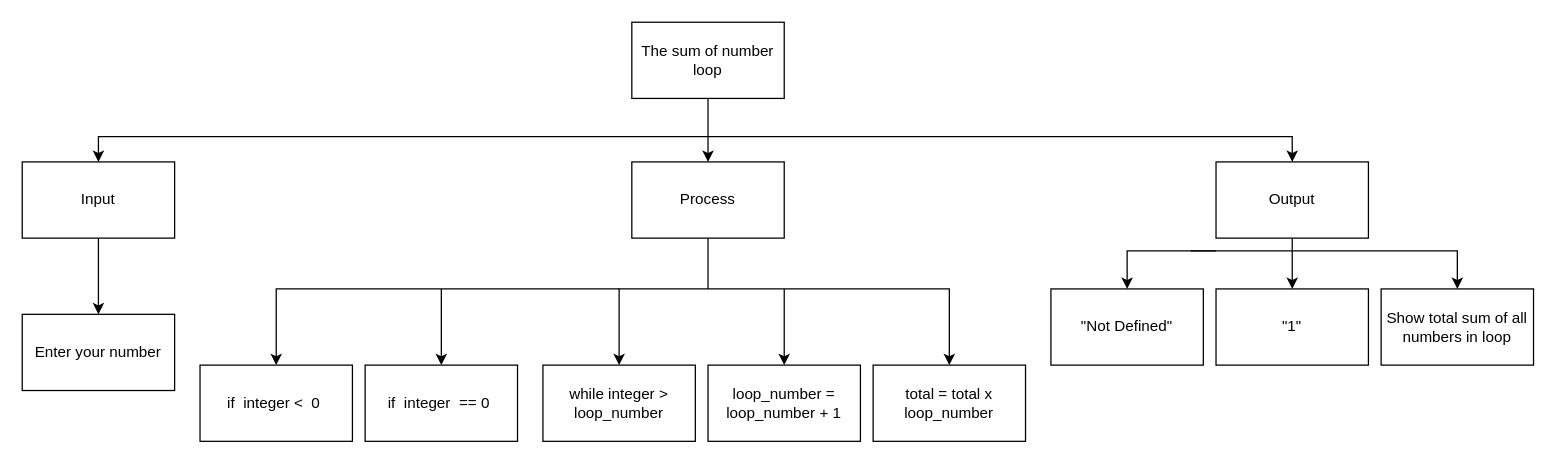
The draw.io diagram Drawio/TopDown.Drawio in JacksonNaufal/ICS3U-Unit4-03-Python, before the edit. Source tidied: cells renumbered, new cells numbered last; positions are measured from the earlier drawing's top-left corner, leaving out a move shared by most shapes. Both pictures are drawn from the tidied source at 127%, with x=0, y=0 at pixel (22, 22).
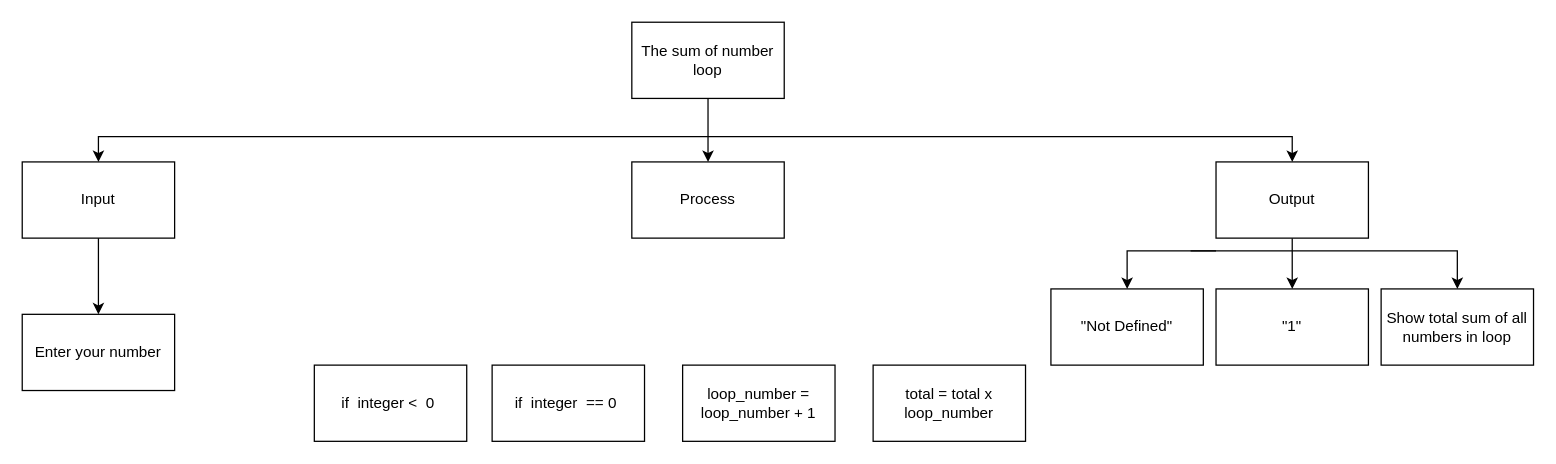
The same page after the edit.

The change refers to these unchanged cells:
```xml
<mxCell id="14" value="Process" style="rounded=0;whiteSpace=wrap;html=1;" parent="1" vertex="1">
  <mxGeometry x="480" y="110" width="120" height="60" as="geometry" />
</mxCell>
<mxCell id="22" value="total = total x loop_number" style="rounded=0;whiteSpace=wrap;html=1;" parent="1" vertex="1">
  <mxGeometry x="670" y="270" width="120" height="60" as="geometry" />
</mxCell>
```

The edit, as a diff of the source:
```diff
@@
-    <mxCell id="8" style="edgeStyle=none;rounded=0;html=1;entryX=0.5;entryY=0;entryDx=0;entryDy=0;" parent="1" edge="1" target="20">
-      <mxGeometry relative="1" as="geometry">
-        <mxPoint x="540" y="210" as="sourcePoint" />
-        <Array as="points">
-          <mxPoint x="470" y="210" />
-        </Array>
-      </mxGeometry>
-    </mxCell>
-    <mxCell id="9" style="edgeStyle=none;html=1;" parent="1" edge="1" target="23">
-      <mxGeometry relative="1" as="geometry">
-        <mxPoint x="600" y="210" as="sourcePoint" />
-      </mxGeometry>
-    </mxCell>
-    <mxCell id="10" style="edgeStyle=none;html=1;entryX=0.5;entryY=0;entryDx=0;entryDy=0;rounded=0;" parent="1" edge="1" target="22">
-      <mxGeometry relative="1" as="geometry">
-        <mxPoint x="540" y="210" as="sourcePoint" />
-        <Array as="points">
-          <mxPoint x="730" y="210" />
-        </Array>
-      </mxGeometry>
-    </mxCell>
-    <mxCell id="11" style="edgeStyle=none;rounded=0;html=1;entryX=0.5;entryY=0;entryDx=0;entryDy=0;endArrow=classic;endFill=1;" parent="1" edge="1" target="24">
-      <mxGeometry relative="1" as="geometry">
-        <mxPoint x="470" y="210" as="sourcePoint" />
-        <Array as="points">
-          <mxPoint x="200" y="210" />
-        </Array>
-      </mxGeometry>
-    </mxCell>
-    <mxCell id="12" style="edgeStyle=none;rounded=0;html=1;endArrow=none;endFill=0;" parent="1" edge="1" source="14">
-      <mxGeometry relative="1" as="geometry">
-        <mxPoint x="540" y="210" as="targetPoint" />
-      </mxGeometry>
-    </mxCell>
-    <mxCell id="13" style="edgeStyle=none;html=1;entryX=0.5;entryY=0;entryDx=0;entryDy=0;" parent="1" edge="1" target="26">
-      <mxGeometry relative="1" as="geometry">
-        <mxPoint x="330" y="210" as="sourcePoint" />
-      </mxGeometry>
-    </mxCell>
@@
-    <mxCell id="20" value="while integer &amp;gt; loop_number" style="rounded=0;whiteSpace=wrap;html=1;" parent="1" vertex="1">
-      <mxGeometry x="410" y="270" width="120" height="60" as="geometry" />
-    </mxCell>
@@
     <mxCell id="23" value="loop_number = loop_number + 1" style="rounded=0;whiteSpace=wrap;html=1;" parent="1" vertex="1">
-      <mxGeometry x="540" y="270" width="120" height="60" as="geometry" />
+      <mxGeometry x="520" y="270" width="120" height="60" as="geometry" />
     </mxCell>
     <mxCell id="24" value="if&amp;nbsp; integer &amp;lt;&amp;nbsp; 0&amp;nbsp;" style="rounded=0;whiteSpace=wrap;html=1;" parent="1" vertex="1">
-      <mxGeometry x="140" y="270" width="120" height="60" as="geometry" />
+      <mxGeometry x="230" y="270" width="120" height="60" as="geometry" />
     </mxCell>
@@
     <mxCell id="26" value="if&amp;nbsp; integer&amp;nbsp; == 0&amp;nbsp;" style="rounded=0;whiteSpace=wrap;html=1;" parent="1" vertex="1">
-      <mxGeometry x="270" y="270" width="120" height="60" as="geometry" />
+      <mxGeometry x="370" y="270" width="120" height="60" as="geometry" />
     </mxCell>
```
